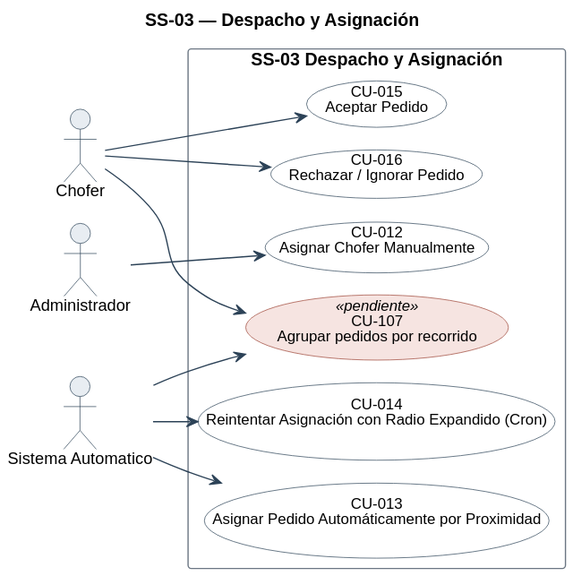
The PlantUML diagram diagramas/uml/CU_SS-03_Despacho-Y-Asignacion.svg in Nahuelito-Dev/splg-docs, before a commit.
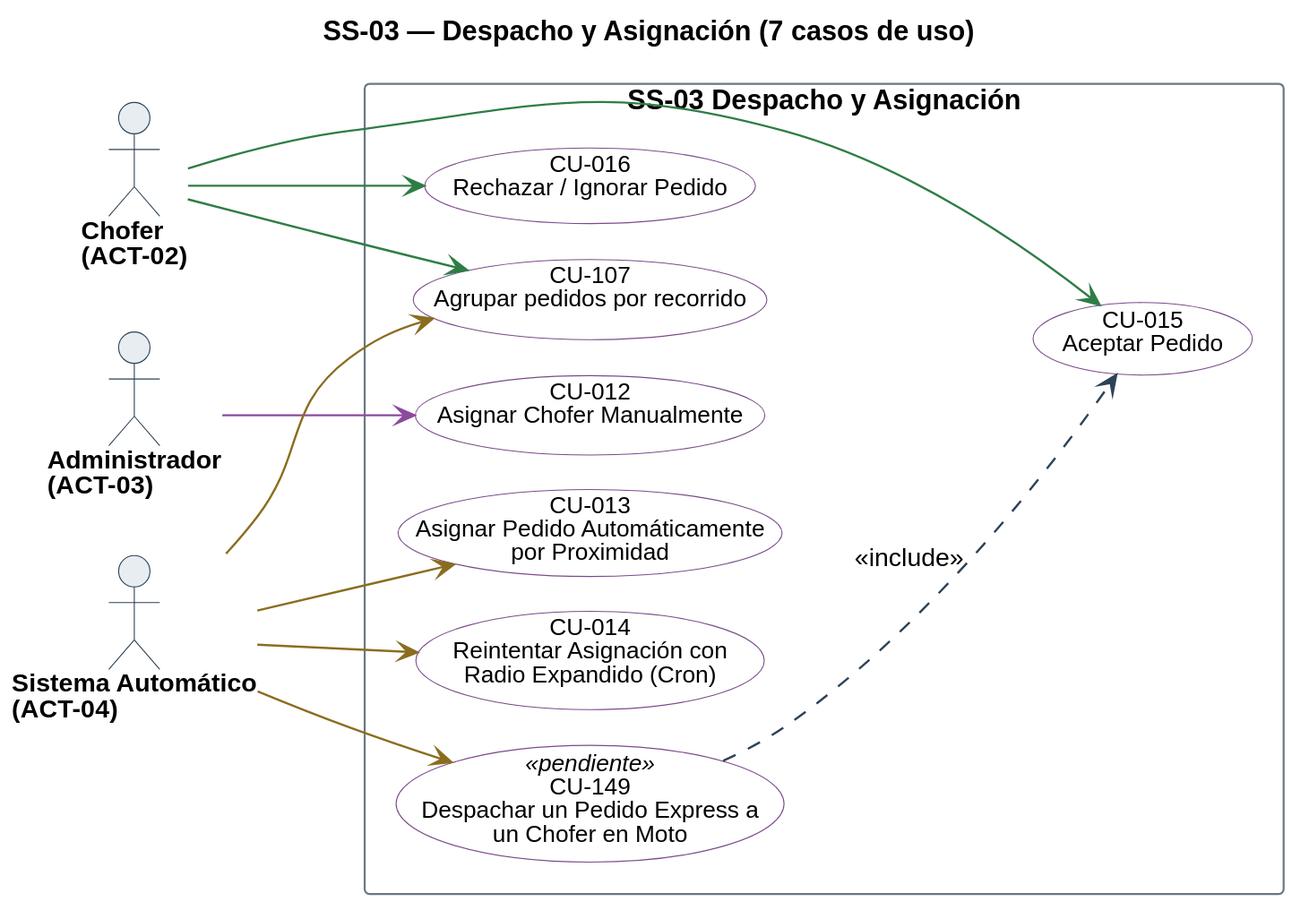
The same diagram one commit later.

The edit, as a diff of the source:
```diff
@@ -1,22 +1,23 @@
 @startuml
-!pragma layout smetana
-title SS-03 — Despacho y Asignación
+title SS-03 — Despacho y Asignación (7 casos de uso)
 left to right direction
 skinparam backgroundColor #FFFFFF
 skinparam shadowing false
 skinparam defaultFontName Helvetica
 skinparam defaultFontSize 13
+skinparam dpi 150
 skinparam ArrowColor #2C4257
+skinparam ArrowThickness 1.1
 skinparam actor {
   BorderColor #2C4257
   BackgroundColor #E8EDF2
+  FontSize 13
+  FontStyle bold
 }
 skinparam usecase {
   BorderColor #2C4257
   BackgroundColor #FFFFFF
   FontSize 12
-  BorderColor<<pendiente>> #9C4436
-  BackgroundColor<<pendiente>> #F6E4E1
 }
 skinparam rectangle {
   BorderColor #6B7683
@@ -24,24 +25,35 @@
   FontStyle bold
 }
 
-actor "Chofer" as A2
-actor "Administrador" as A3
-actor "Sistema Automatico" as A4
+skinparam nodesep 18
+skinparam ranksep 70
+skinparam usecase {
+  BorderColor<<pendiente>> #9C4436
+  BackgroundColor<<pendiente>> #F6E4E1
+}
+
+actor "Chofer\n(ACT-02)" as A02
+actor "Administrador\n(ACT-03)" as A03
+actor "Sistema Automático\n(ACT-04)" as A04
 
 rectangle "SS-03 Despacho y Asignación" {
-  usecase "CU-012\nAsignar Chofer Manualmente" as U12
-  usecase "CU-013\nAsignar Pedido Automáticamente por Proximidad" as U13
-  usecase "CU-014\nReintentar Asignación con Radio Expandido (Cron)" as U14
-  usecase "CU-015\nAceptar Pedido" as U15
-  usecase "CU-016\nRechazar / Ignorar Pedido" as U16
-  usecase "CU-107\nAgrupar pedidos por recorrido" as U107 <<pendiente>>
+  usecase "CU-012\nAsignar Chofer Manualmente" as U012 #back:FFFFFF;line:7B4B8A
+  usecase "CU-013\nAsignar Pedido Automáticamente\npor Proximidad" as U013 #back:FFFFFF;line:7B4B8A
+  usecase "CU-014\nReintentar Asignación con\nRadio Expandido (Cron)" as U014 #back:FFFFFF;line:7B4B8A
+  usecase "CU-015\nAceptar Pedido" as U015 #back:FFFFFF;line:7B4B8A
+  usecase "CU-016\nRechazar / Ignorar Pedido" as U016 #back:FFFFFF;line:7B4B8A
+  usecase "CU-107\nAgrupar pedidos por recorrido" as U107 #back:FFFFFF;line:7B4B8A
+  usecase "CU-149\nDespachar un Pedido Express a\nun Chofer en Moto" as U149 <<pendiente>> #back:FFFFFF;line:7B4B8A
 }
 
-A3 --> U12
-A4 --> U13
-A4 --> U14
-A2 --> U15
-A2 --> U16
-A2 --> U107
-A4 --> U107
+A02 -[#2E7D46]-> U015
+A02 -[#2E7D46]-> U016
+A02 -[#2E7D46]-> U107
+A03 -[#8C4A9E]-> U012
+A04 -[#8A6D1F]-> U013
+A04 -[#8A6D1F]-> U014
+A04 -[#8A6D1F]-> U107
+A04 -[#8A6D1F]-> U149
+
+U149 ..> U015 : <<include>>
 @enduml
```
